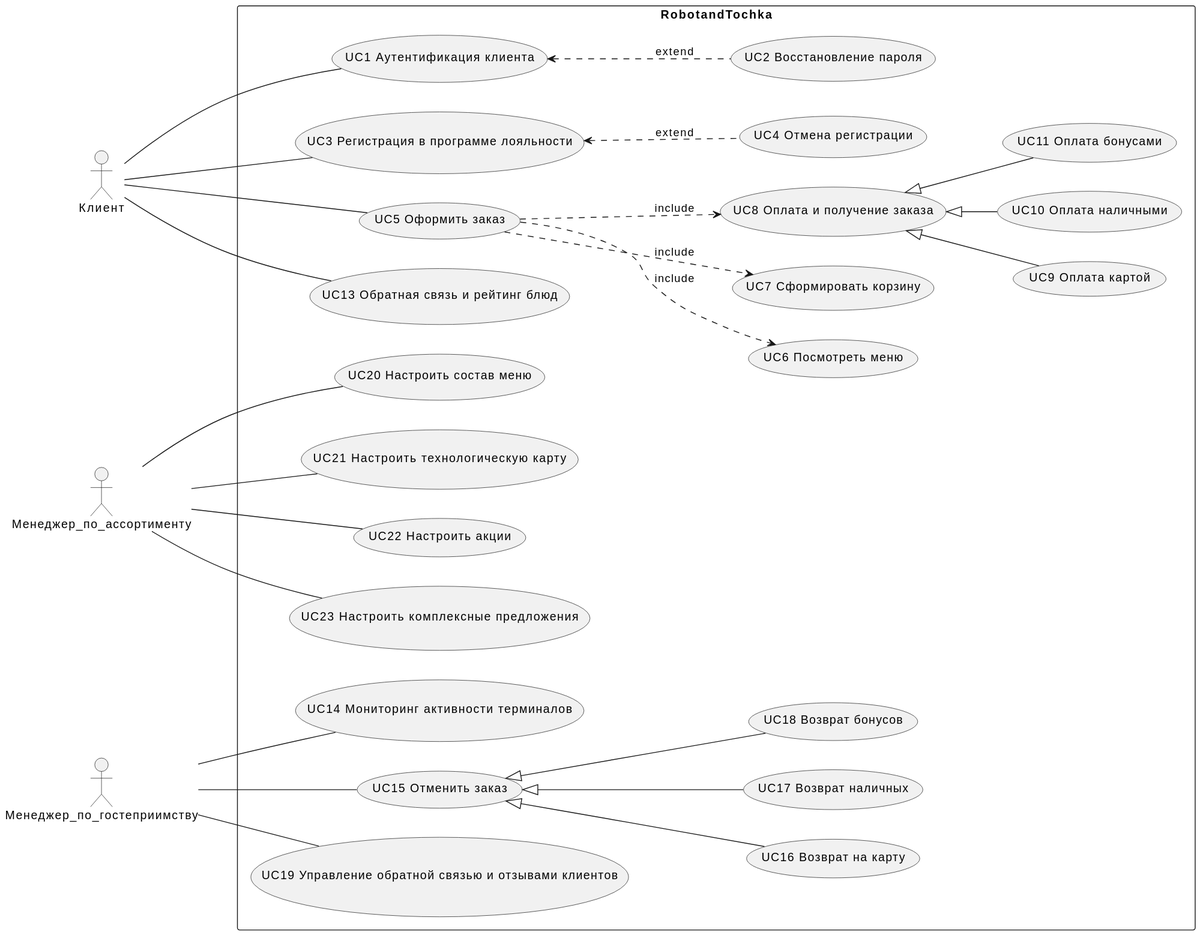
Earlier version of the PlantUML export docs/diagrams/include/UC.svg (xxx996/OTUS_Restaraunt).
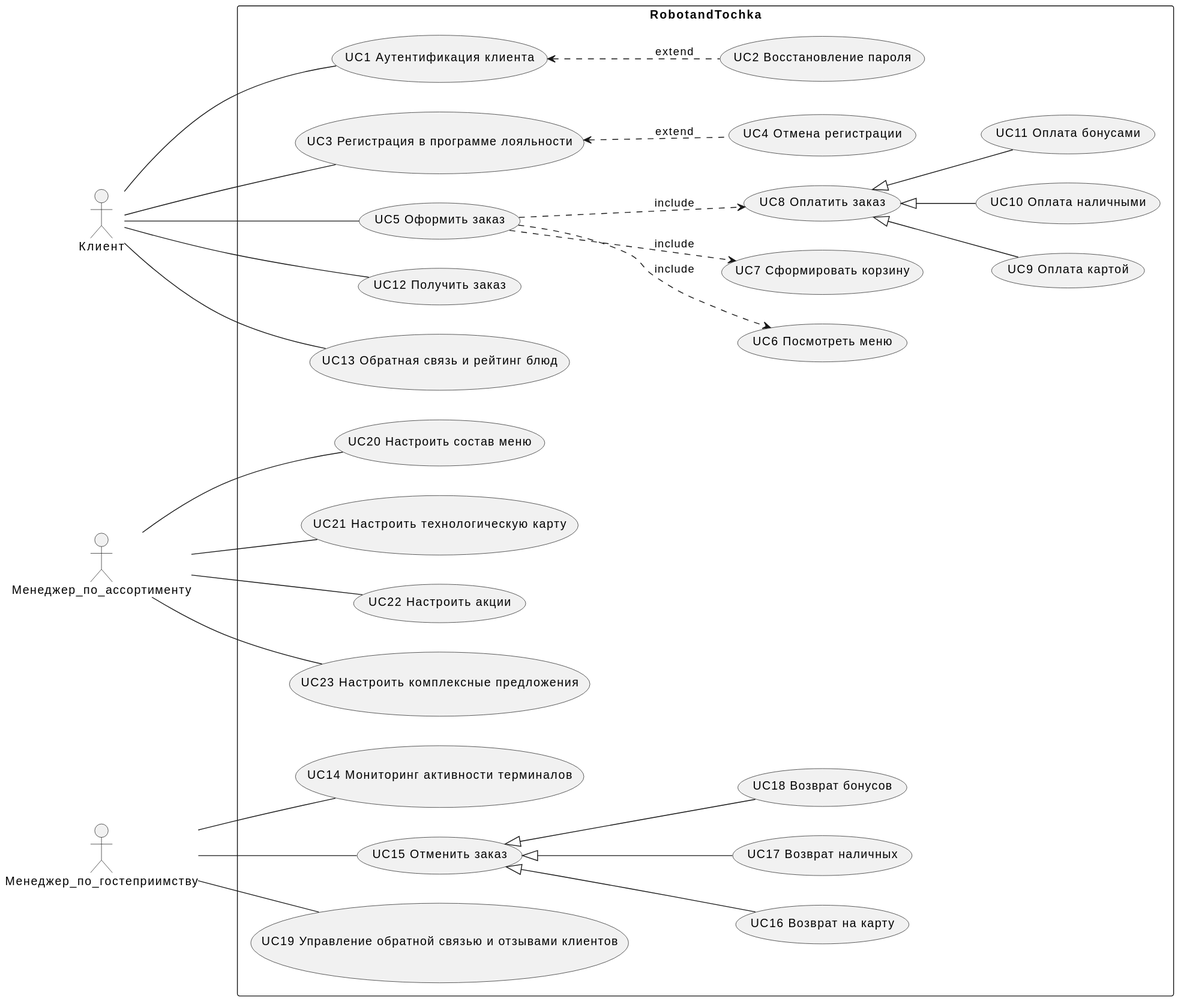
The same diagram one commit later.

Diff of the diagram source:
```diff
@@ -14,10 +14,11 @@
     usecase (UC5 Оформить заказ) as UC5
     usecase (UC6 Посмотреть меню) as UC6
     usecase (UC7 Сформировать корзину) as UC7
-    usecase (UC8 Оплата и получение заказа) as UC8
+    usecase (UC8 Оплатить заказ) as UC8
     usecase (UС9 Оплата картой) as UC9
     usecase (UС10 Оплата наличными) as UC10
     usecase (UС11 Оплата бонусами) as UC11
+    usecase (UC12 Получить заказ) as UC12
     usecase (UС13 Обратная связь и рейтинг блюд) as UC13
 
 
@@ -39,6 +40,7 @@
 ul -- UC1
 ul -- UC3
 ul -- UC5
+ul -- UC12
 ul -- UC13
 
 
```
